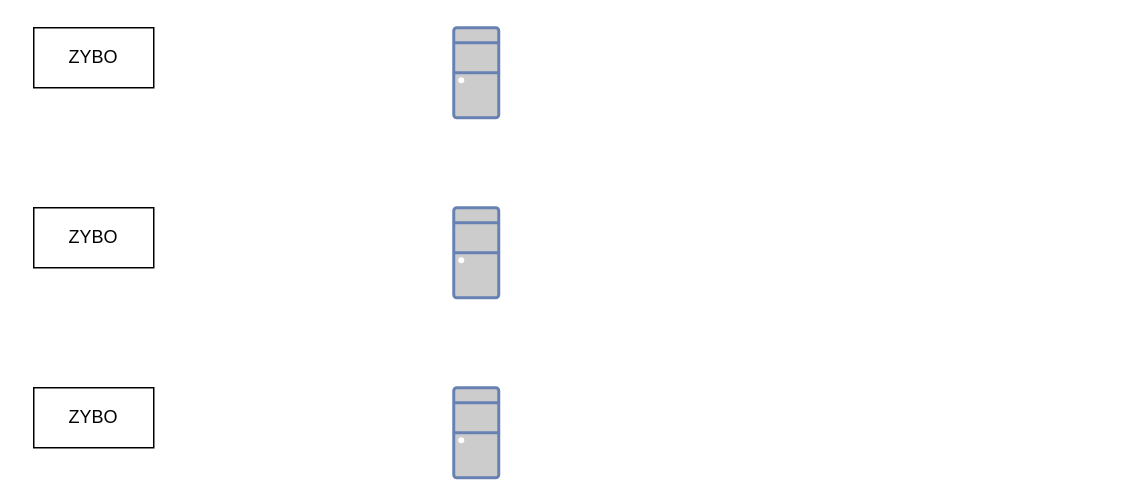
Before: Current_lab_architecure.drawio in musfiqpolash/drawio, a draw.io diagram. Source tidied: cells renumbered, new cells numbered last; positions are measured from the earlier drawing's top-left corner, leaving out a move shared by most shapes. Both pictures are drawn from the tidied source at 150%, with x=0, y=0 at pixel (33, 27).
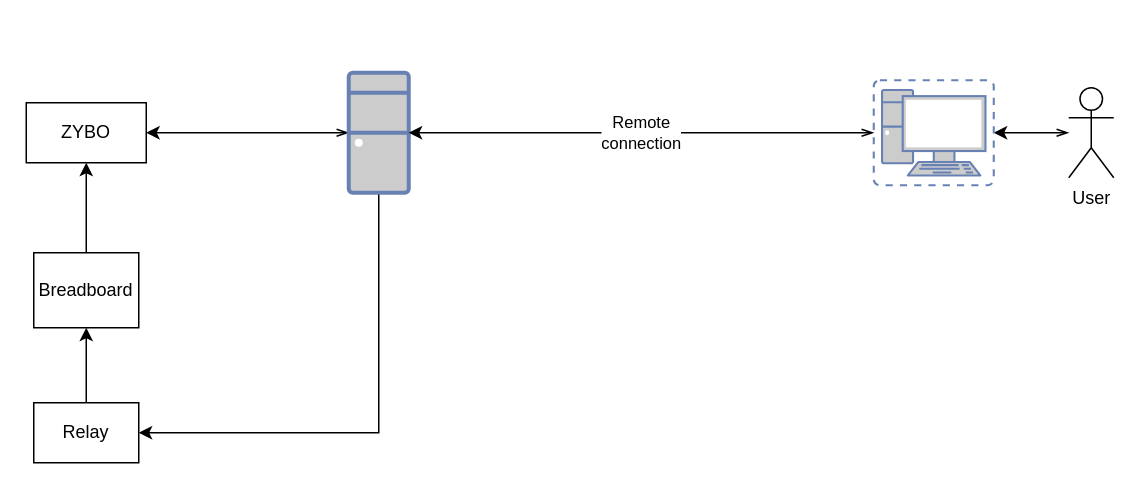
The same diagram, later.

What changed in the source:
```diff
@@
 <mxGraphModel>
   <root>
     <mxCell id="0" />
     <mxCell id="1" parent="0" />
-    <mxCell id="2" style="fontColor=#0066CC;verticalAlign=top;verticalLabelPosition=bottom;labelPosition=center;align=center;html=1;fillColor=#CCCCCC;strokeColor=#6881B3;gradientColor=none;gradientDirection=north;strokeWidth=2;shape=mxgraph.networks.desktop_pc;" parent="1" vertex="1">
-      <mxGeometry x="280" y="120" width="30" height="60" as="geometry" />
-    </mxCell>
-    <mxCell id="3" style="fontColor=#0066CC;verticalAlign=top;verticalLabelPosition=bottom;labelPosition=center;align=center;html=1;fillColor=#CCCCCC;strokeColor=#6881B3;gradientColor=none;gradientDirection=north;strokeWidth=2;shape=mxgraph.networks.desktop_pc;" parent="1" vertex="1">
-      <mxGeometry x="280" width="30" height="60" as="geometry" />
-    </mxCell>
+    <mxCell id="8" style="edgeStyle=orthogonalEdgeStyle;rounded=0;jettySize=auto;html=1;entryX=1;entryY=0.5;entryDx=0;entryDy=0;endArrow=classic;endFill=1;strokeColor=default;startArrow=openThin;startFill=0;" parent="1" edge="1" source="4" target="7">
+      <mxGeometry relative="1" as="geometry" />
+    </mxCell>
+    <mxCell id="9" style="edgeStyle=orthogonalEdgeStyle;rounded=0;jettySize=auto;html=1;entryX=0;entryY=0.5;entryDx=0;entryDy=0;" parent="1" edge="1" source="4" target="11">
+      <mxGeometry relative="1" as="geometry">
+        <Array as="points">
+          <mxPoint x="230" y="270" />
+        </Array>
+      </mxGeometry>
+    </mxCell>
     <mxCell id="4" style="fontColor=#0066CC;verticalAlign=top;verticalLabelPosition=bottom;labelPosition=center;align=center;html=1;outlineConnect=0;fillColor=#CCCCCC;strokeColor=#6881B3;gradientColor=none;gradientDirection=north;strokeWidth=2;shape=mxgraph.networks.desktop_pc;" parent="1" vertex="1">
-      <mxGeometry x="280" y="240" width="30" height="60" as="geometry" />
+      <mxGeometry x="210" y="30" width="40" height="80" as="geometry" />
     </mxCell>
-    <mxCell id="5" value="ZYBO" style="rounded=0;whiteSpace=wrap;html=1;" parent="1" vertex="1">
-      <mxGeometry y="120" width="80" height="40" as="geometry" />
-    </mxCell>
-    <mxCell id="6" value="ZYBO" style="rounded=0;whiteSpace=wrap;html=1;" parent="1" vertex="1">
-      <mxGeometry width="80" height="40" as="geometry" />
-    </mxCell>
     <mxCell id="7" value="ZYBO" style="rounded=0;whiteSpace=wrap;html=1;" parent="1" vertex="1">
-      <mxGeometry y="240" width="80" height="40" as="geometry" />
+      <mxGeometry x="-5" y="50" width="80" height="40" as="geometry" />
     </mxCell>
+    <mxCell id="10" style="edgeStyle=orthogonalEdgeStyle;rounded=0;jettySize=auto;html=1;" parent="1" edge="1" source="11" target="13">
+      <mxGeometry relative="1" as="geometry" />
+    </mxCell>
+    <mxCell id="11" value="Relay" style="rounded=0;whiteSpace=wrap;html=1;rotation=0;direction=west;" parent="1" vertex="1">
+      <mxGeometry y="250" width="70" height="40" as="geometry" />
+    </mxCell>
+    <mxCell id="12" style="edgeStyle=orthogonalEdgeStyle;rounded=0;jettySize=auto;html=1;" parent="1" edge="1" source="13" target="7">
+      <mxGeometry relative="1" as="geometry" />
+    </mxCell>
+    <mxCell id="13" value="Breadboard" style="rounded=0;whiteSpace=wrap;html=1;" parent="1" vertex="1">
+      <mxGeometry y="150" width="70" height="50" as="geometry" />
+    </mxCell>
+    <mxCell id="14" style="edgeStyle=orthogonalEdgeStyle;rounded=0;jettySize=auto;html=1;strokeColor=default;startArrow=openThin;startFill=0;endArrow=classic;endFill=1;" parent="1" edge="1" source="15" target="17">
+      <mxGeometry relative="1" as="geometry" />
+    </mxCell>
+    <mxCell id="15" value="User" style="shape=umlActor;verticalLabelPosition=bottom;verticalAlign=top;html=1;outlineConnect=0;" parent="1" vertex="1">
+      <mxGeometry x="690" y="40" width="30" height="60" as="geometry" />
+    </mxCell>
+    <mxCell id="16" value="Remote&lt;br&gt;connection" style="edgeStyle=orthogonalEdgeStyle;rounded=0;jettySize=auto;html=1;strokeColor=default;startArrow=openThin;startFill=0;endArrow=classic;endFill=1;entryX=1;entryY=0.5;entryDx=0;entryDy=0;entryPerimeter=0;" parent="1" edge="1" source="17" target="4">
+      <mxGeometry relative="1" as="geometry" />
+    </mxCell>
+    <mxCell id="17" style="fontColor=#0066CC;verticalAlign=top;verticalLabelPosition=bottom;labelPosition=center;align=center;html=1;outlineConnect=0;fillColor=#CCCCCC;strokeColor=#6881B3;gradientColor=none;gradientDirection=north;strokeWidth=2;shape=mxgraph.networks.virtual_pc;" parent="1" vertex="1">
+      <mxGeometry x="560" y="35" width="80" height="70" as="geometry" />
+    </mxCell>
   </root>
 </mxGraphModel>
```
